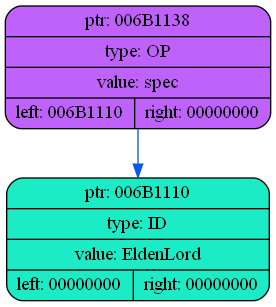
coffee8cat/Elden-language keeps this Graphviz diagram as dump/dump1.png. Above is the earlier version. Its source is kept beside it as dump/dump1.dot.
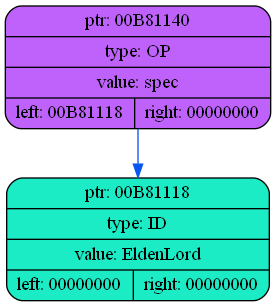
Later version of the same file.

Diff of the diagram source:
```diff
@@ -2,7 +2,7 @@
 {
     rankdir=TP
 
-        node006B1138[shape=record,style="rounded,filled",fillcolor="#BF62FC",label="{ ptr: 006B1138 | type: OP | value: spec| { left: 006B1110 | right: 00000000 }}"];
-    node006B1138 -> node006B1110[color="#0855F0"]
-    node006B1110[shape=record,style="rounded,filled",fillcolor="#1BECC5",label="{ ptr: 006B1110 | type: ID | value: EldenLord| { left: 00000000 | right: 00000000 }}"];
+        node00B81140[shape=record,style="rounded,filled",fillcolor="#BF62FC",label="{ ptr: 00B81140 | type: OP | value: spec| { left: 00B81118 | right: 00000000 }}"];
+    node00B81140 -> node00B81118[color="#0855F0"]
+    node00B81118[shape=record,style="rounded,filled",fillcolor="#1BECC5",label="{ ptr: 00B81118 | type: ID | value: EldenLord| { left: 00000000 | right: 00000000 }}"];
 }
```
